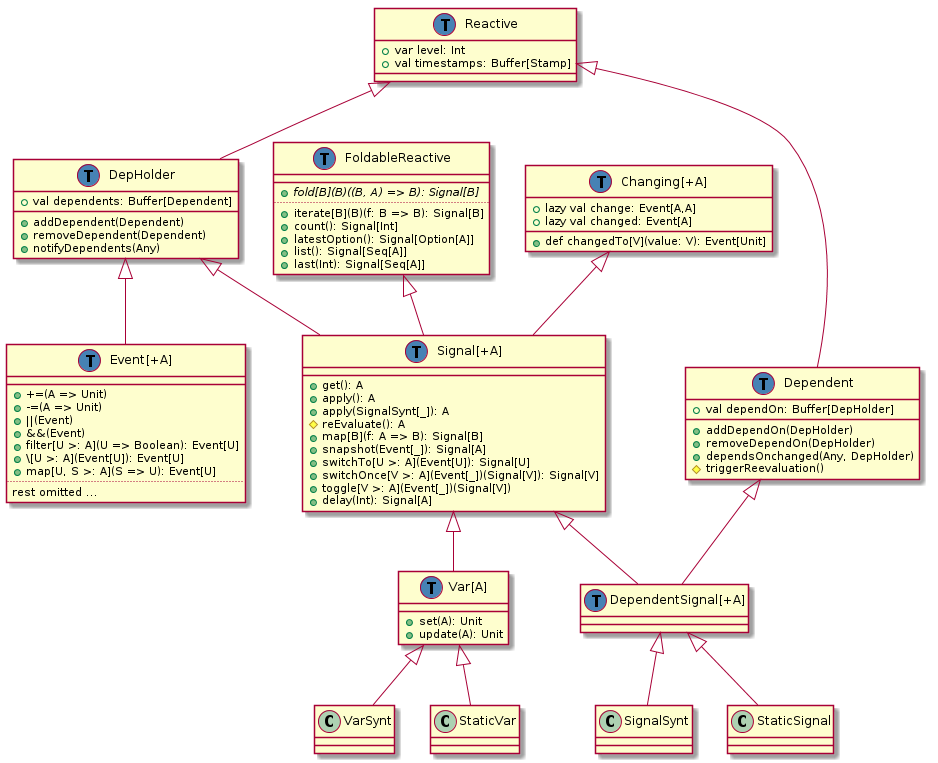
Above: doc/class-hierarchy/post-refactoring-may-14.png in rescala-lang/REScala (PlantUML), before the change.
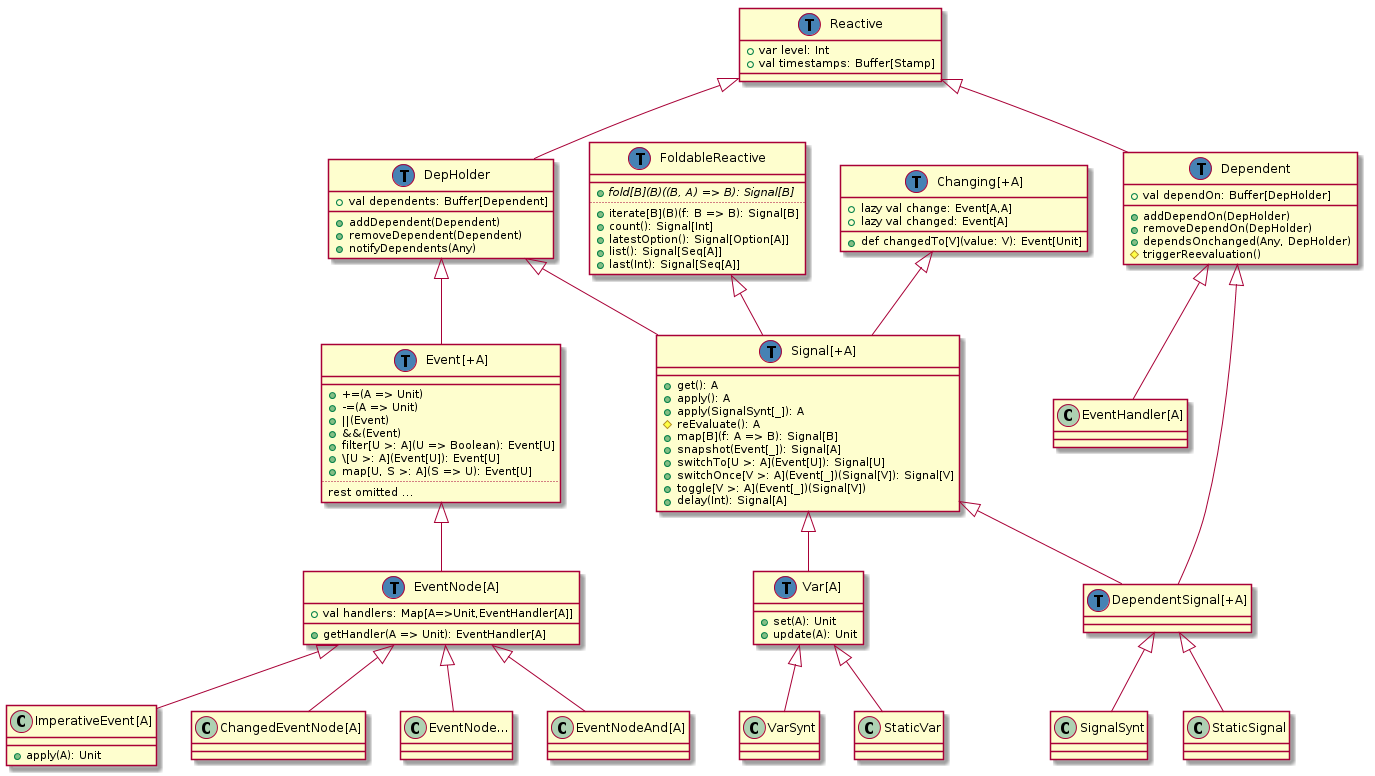
Later version of the same file.

Commit message:
Add Event sub traits and classes to uml

Diff of the diagram source:
```diff
@@ -22,6 +22,44 @@
   #triggerReevaluation()
 }
 Reactive <|-- Dependent
+
+class "Event[+A]" as Event {
+  __
+  ++=(A => Unit)
+  +-=(A => Unit)
+  +||(Event)
+  +&&(Event)
+  +filter[U >: A](U => Boolean): Event[U]
+  +\\\[U >: A](Event[U]): Event[U]
+  +map[U, S >: A](S => U): Event[U]
+  ..
+  rest omitted ...
+}
+DepHolder <|-- Event
+
+class "EventHandler[A]" as EventHandler {
+}
+Dependent <|-- EventHandler
+
+class "EventNode[A]" as EventNode {
+  +val handlers: Map[A=>Unit,EventHandler[A]]
+  +getHandler(A => Unit): EventHandler[A]
+}
+Event <|-- EventNode
+
+class "ImperativeEvent[A]" as ImperativeEvent {
+  +apply(A): Unit
+}
+EventNode <|-- ImperativeEvent
+
+class "ChangedEventNode[A]" as ChangedEventNode
+EventNode <|-- ChangedEventNode
+
+class "EventNode..." as MiscEvents
+EventNode <|-- MiscEvents
+
+class "EventNodeAnd[A]" as EventNodeAnd
+EventNode <|-- EventNodeAnd
 
 class "Signal[+A]" as Signal {
   +get(): A
@@ -48,20 +86,6 @@
 class "DependentSignal[+A]" as DependentSignal
 Dependent <|-- DependentSignal
 Signal <|-- DependentSignal
-
-class "Event[+A]" as Event {
-  __
-  ++=(A => Unit)
-  +-=(A => Unit)
-  +||(Event)
-  +&&(Event)
-  +filter[U >: A](U => Boolean): Event[U]
-  +\\\[U >: A](Event[U]): Event[U]
-  +map[U, S >: A](S => U): Event[U]
-  ..
-  rest omitted ...
-}
-DepHolder <|-- Event
 
 class "FoldableReactive[+A]" as FoldableReactive {
   __
@@ -92,8 +116,9 @@
 class DepHolder << (T,#4682b4) >>
 class Dependent << (T,#4682b4) >>
 class Reactive << (T,#4682b4) >>
-class Event << (T,#4682b4) >>
 class DependentSignal << (T,#4682b4) >>
 class Changing << (T,#4682b4) >>
 class FoldableReactive << (T,#4682b4) >>
+class Event << (T,#4682b4) >>
+class EventNode << (T,#4682b4) >>
 @enduml
```
